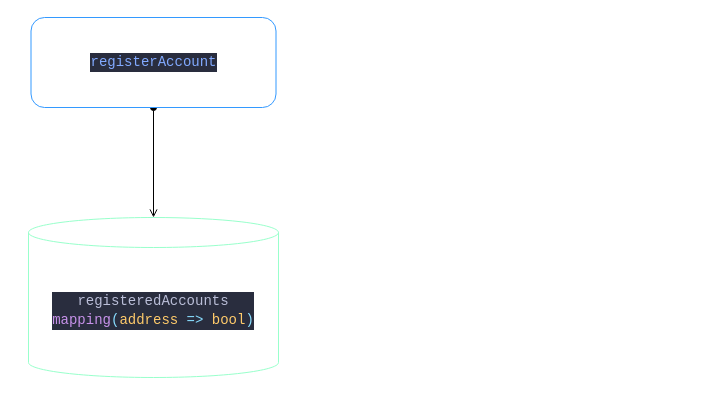
This is OR.drawio from bullshitking-99/optimistic-rollup, a draw.io file, before an edit. Source tidied: cells renumbered, new cells numbered last; positions are measured from the earlier drawing's top-left corner, leaving out a move shared by most shapes. Both pictures are drawn from the tidied source at 100%, with x=0, y=0 at pixel (28, 17).
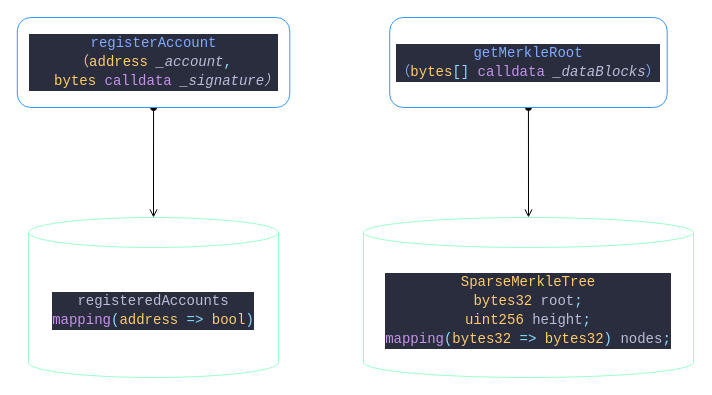
After the change.

Change to the diagram source:
```diff
@@
 <mxGraphModel>
   <root>
     <mxCell id="0" />
     <mxCell id="1" parent="0" />
     <mxCell id="2" style="edgeStyle=none;html=1;exitX=0.5;exitY=1;exitDx=0;exitDy=0;entryX=0.5;entryY=0;entryDx=0;entryDy=0;entryPerimeter=0;startArrow=oval;startFill=1;endArrow=open;endFill=0;" parent="1" edge="1" source="3" target="4">
       <mxGeometry relative="1" as="geometry" />
     </mxCell>
-    <mxCell id="3" value="&lt;div style=&quot;color: rgb(186, 190, 216); background-color: rgb(41, 45, 62); font-family: &amp;quot;Fira Code&amp;quot;, Consolas, &amp;quot;Microsoft Yahei&amp;quot;, Consolas, &amp;quot;Courier New&amp;quot;, monospace; font-size: 14px; line-height: 19px;&quot;&gt;&lt;span style=&quot;color: #82aaff;&quot;&gt;registerAccount&lt;/span&gt;&lt;/div&gt;" style="rounded=1;whiteSpace=wrap;html=1;strokeColor=#3399FF;" parent="1" vertex="1">
-      <mxGeometry x="2.5" width="245" height="90" as="geometry" />
+    <mxCell id="3" value="&lt;div style=&quot;color: rgb(186, 190, 216); background-color: rgb(41, 45, 62); font-family: &amp;quot;Fira Code&amp;quot;, Consolas, &amp;quot;Microsoft Yahei&amp;quot;, Consolas, &amp;quot;Courier New&amp;quot;, monospace; font-size: 14px; line-height: 19px;&quot;&gt;&lt;span style=&quot;color: #82aaff;&quot;&gt;registerAccount&lt;/span&gt;&lt;/div&gt;&lt;div style=&quot;color: rgb(186, 190, 216); background-color: rgb(41, 45, 62); font-family: &amp;quot;Fira Code&amp;quot;, Consolas, &amp;quot;Microsoft Yahei&amp;quot;, Consolas, &amp;quot;Courier New&amp;quot;, monospace; font-size: 14px; line-height: 19px;&quot;&gt;&lt;div style=&quot;line-height: 19px;&quot;&gt;&lt;div style=&quot;line-height: 19px;&quot;&gt;&lt;div&gt;&lt;span style=&quot;color: #ffcb6b;&quot;&gt;（address&lt;/span&gt; &lt;span style=&quot;font-style: italic;&quot;&gt;_account&lt;/span&gt;&lt;span style=&quot;color: #89ddff;&quot;&gt;,&lt;/span&gt;&lt;/div&gt;&lt;div&gt;&amp;nbsp; &amp;nbsp;&lt;span style=&quot;color: #ffcb6b;&quot;&gt;bytes&lt;/span&gt; &lt;span style=&quot;color: #c792ea;&quot;&gt;calldata&lt;/span&gt; &lt;span style=&quot;font-style: italic;&quot;&gt;_signature）&lt;/span&gt;&lt;/div&gt;&lt;/div&gt;&lt;/div&gt;&lt;/div&gt;" style="rounded=1;whiteSpace=wrap;html=1;strokeColor=#3399FF;" parent="1" vertex="1">
+      <mxGeometry x="-11.2" width="272.5" height="90" as="geometry" />
     </mxCell>
     <mxCell id="4" value="&lt;div style=&quot;background-color: rgb(41, 45, 62); font-family: &amp;quot;Fira Code&amp;quot;, Consolas, &amp;quot;Microsoft Yahei&amp;quot;, Consolas, &amp;quot;Courier New&amp;quot;, monospace; font-size: 14px; line-height: 19px;&quot;&gt;&lt;div style=&quot;line-height: 19px;&quot;&gt;&lt;div style=&quot;color: rgb(186, 190, 216); line-height: 19px;&quot;&gt;&lt;div style=&quot;line-height: 19px;&quot;&gt;registeredAccounts&lt;/div&gt;&lt;/div&gt;&lt;div style=&quot;color: rgb(186, 190, 216); line-height: 19px;&quot;&gt;&lt;span style=&quot;color: #c792ea;&quot;&gt;mapping&lt;/span&gt;&lt;span style=&quot;color: #89ddff;&quot;&gt;(&lt;/span&gt;&lt;span style=&quot;color: #ffcb6b;&quot;&gt;address&lt;/span&gt; &lt;span style=&quot;color: #89ddff;&quot;&gt;=&amp;gt;&lt;/span&gt; &lt;span style=&quot;color: #ffcb6b;&quot;&gt;bool&lt;/span&gt;&lt;span style=&quot;color: #89ddff;&quot;&gt;)&lt;/span&gt;&lt;/div&gt;&lt;/div&gt;&lt;/div&gt;" style="shape=cylinder3;whiteSpace=wrap;html=1;boundedLbl=1;backgroundOutline=1;size=15;strokeColor=#99FFCC;" parent="1" vertex="1">
       <mxGeometry y="200" width="250" height="160" as="geometry" />
     </mxCell>
+    <mxCell id="5" value="&lt;div style=&quot;background-color: rgb(41, 45, 62); font-family: &amp;quot;Fira Code&amp;quot;, Consolas, &amp;quot;Microsoft Yahei&amp;quot;, Consolas, &amp;quot;Courier New&amp;quot;, monospace; font-size: 14px; line-height: 19px;&quot;&gt;&lt;div style=&quot;line-height: 19px;&quot;&gt;&lt;div style=&quot;color: rgb(186, 190, 216); line-height: 19px;&quot;&gt;&lt;div style=&quot;line-height: 19px;&quot;&gt;&lt;span style=&quot;color: rgb(255, 203, 107);&quot;&gt;SparseMerkleTree&lt;/span&gt;&lt;br&gt;&lt;/div&gt;&lt;/div&gt;&lt;div style=&quot;color: rgb(186, 190, 216); line-height: 19px;&quot;&gt;&lt;div style=&quot;line-height: 19px;&quot;&gt;&lt;div&gt;&lt;span style=&quot;color: #ffcb6b;&quot;&gt;bytes32&lt;/span&gt; root&lt;span style=&quot;color: #89ddff;&quot;&gt;;&lt;/span&gt;&lt;/div&gt;&lt;div&gt;&lt;span style=&quot;color: rgb(255, 203, 107);&quot;&gt;uint256&lt;/span&gt; height&lt;span style=&quot;color: rgb(137, 221, 255);&quot;&gt;;&lt;/span&gt;&lt;/div&gt;&lt;div&gt;&lt;span style=&quot;color: rgb(199, 146, 234);&quot;&gt;mapping&lt;/span&gt;&lt;span style=&quot;color: rgb(137, 221, 255);&quot;&gt;(&lt;/span&gt;&lt;span style=&quot;color: rgb(255, 203, 107);&quot;&gt;bytes32&lt;/span&gt; &lt;span style=&quot;color: rgb(137, 221, 255);&quot;&gt;=&amp;gt;&lt;/span&gt; &lt;span style=&quot;color: rgb(255, 203, 107);&quot;&gt;bytes32&lt;/span&gt;&lt;span style=&quot;color: rgb(137, 221, 255);&quot;&gt;)&lt;/span&gt; nodes&lt;span style=&quot;color: rgb(137, 221, 255);&quot;&gt;;&lt;/span&gt;&lt;/div&gt;&lt;/div&gt;&lt;/div&gt;&lt;/div&gt;&lt;/div&gt;" style="shape=cylinder3;whiteSpace=wrap;html=1;boundedLbl=1;backgroundOutline=1;size=15;strokeColor=#99FFCC;" parent="1" vertex="1">
+      <mxGeometry x="335" y="200" width="330" height="160" as="geometry" />
+    </mxCell>
+    <mxCell id="6" style="edgeStyle=none;html=1;exitX=0.5;exitY=1;exitDx=0;exitDy=0;entryX=0.5;entryY=0;entryDx=0;entryDy=0;entryPerimeter=0;startArrow=oval;startFill=1;endArrow=open;endFill=0;" parent="1" edge="1" source="7" target="5">
+      <mxGeometry relative="1" as="geometry" />
+    </mxCell>
+    <mxCell id="7" value="&lt;div style=&quot;color: rgb(186, 190, 216); background-color: rgb(41, 45, 62); font-family: &amp;quot;Fira Code&amp;quot;, Consolas, &amp;quot;Microsoft Yahei&amp;quot;, Consolas, &amp;quot;Courier New&amp;quot;, monospace; font-size: 14px; line-height: 19px;&quot;&gt;&lt;div style=&quot;line-height: 19px;&quot;&gt;&lt;span style=&quot;color: #82aaff;&quot;&gt;getMerkleRoot&lt;/span&gt;&lt;/div&gt;&lt;div style=&quot;line-height: 19px;&quot;&gt;&lt;span style=&quot;color: #82aaff;&quot;&gt;（&lt;/span&gt;&lt;span style=&quot;color: rgb(255, 203, 107);&quot;&gt;bytes&lt;/span&gt;&lt;span style=&quot;color: rgb(137, 221, 255);&quot;&gt;[]&lt;/span&gt;&lt;span style=&quot;&quot;&gt; &lt;/span&gt;&lt;span style=&quot;color: rgb(199, 146, 234);&quot;&gt;calldata&lt;/span&gt;&lt;span style=&quot;&quot;&gt; &lt;/span&gt;&lt;span style=&quot;font-style: italic;&quot;&gt;_dataBlocks&lt;/span&gt;&lt;span style=&quot;color: rgb(130, 170, 255);&quot;&gt;）&lt;/span&gt;&lt;/div&gt;&lt;/div&gt;" style="rounded=1;whiteSpace=wrap;html=1;strokeColor=#3399FF;" parent="1" vertex="1">
+      <mxGeometry x="361.2" width="277.5" height="90" as="geometry" />
+    </mxCell>
   </root>
 </mxGraphModel>
```
